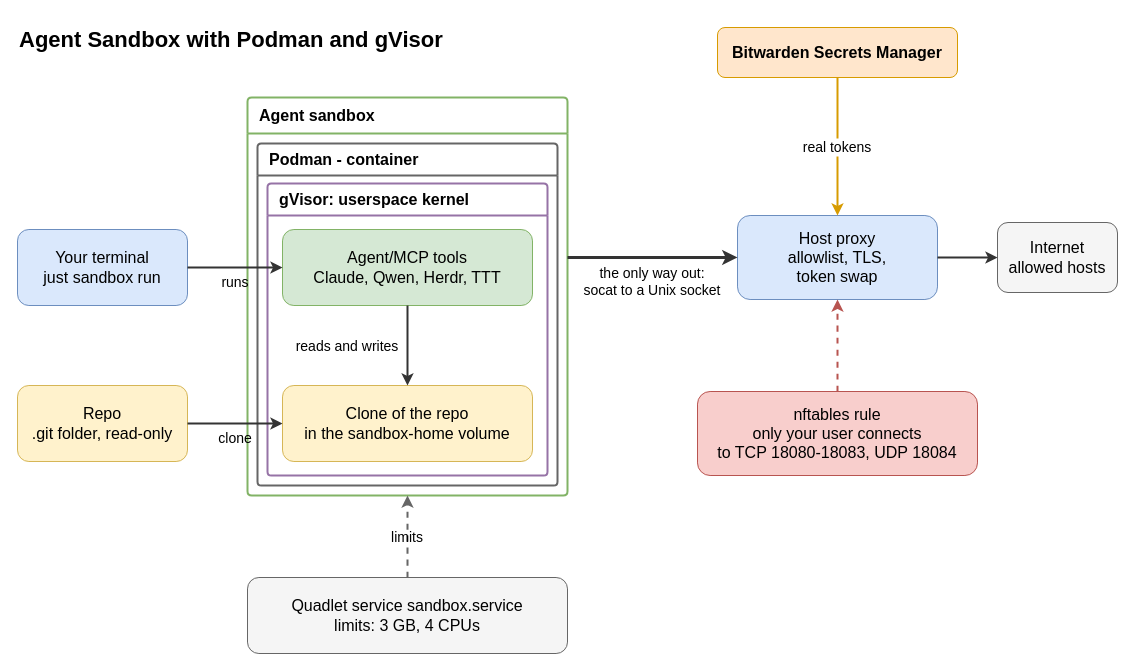
The draw.io diagram .sandbox/docs/diagrams/architecture.drawio in raghav19/engineersdaybook, before the edit. Source tidied: cells renumbered, new cells numbered last; positions are measured from the earlier drawing's top-left corner, leaving out a move shared by most shapes. Both pictures are drawn from the tidied source at 100%, with x=0, y=0 at pixel (17, 17).
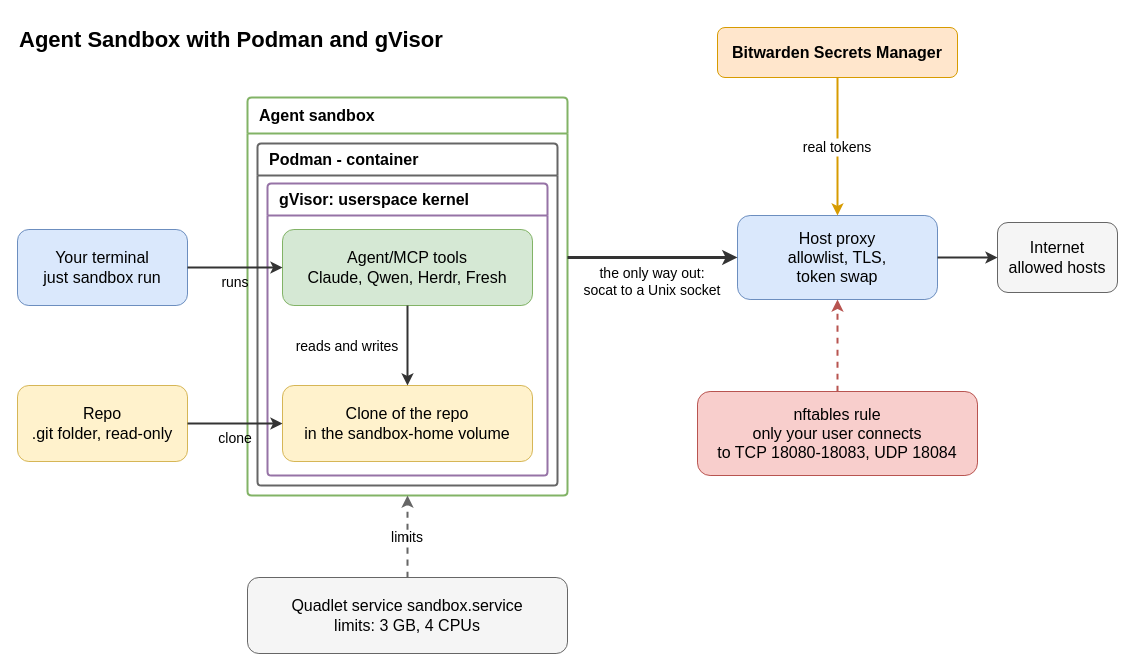
The same page after the edit.

Diff of the diagram source:
```diff
@@
-    <mxCell id="9" value="Agent/MCP tools&#10;Claude, Qwen, Herdr, TTT" style="rounded=1;whiteSpace=wrap;html=0;fontSize=16;fillColor=#d5e8d4;strokeColor=#82b366;" parent="1" vertex="1">
+    <mxCell id="9" value="Agent/MCP tools&#10;Claude, Qwen, Herdr, Fresh" style="rounded=1;whiteSpace=wrap;html=0;fontSize=16;fillColor=#d5e8d4;strokeColor=#82b366;" parent="1" vertex="1">
       <mxGeometry x="265" y="212" width="250" height="76" as="geometry" />
     </mxCell>
```
